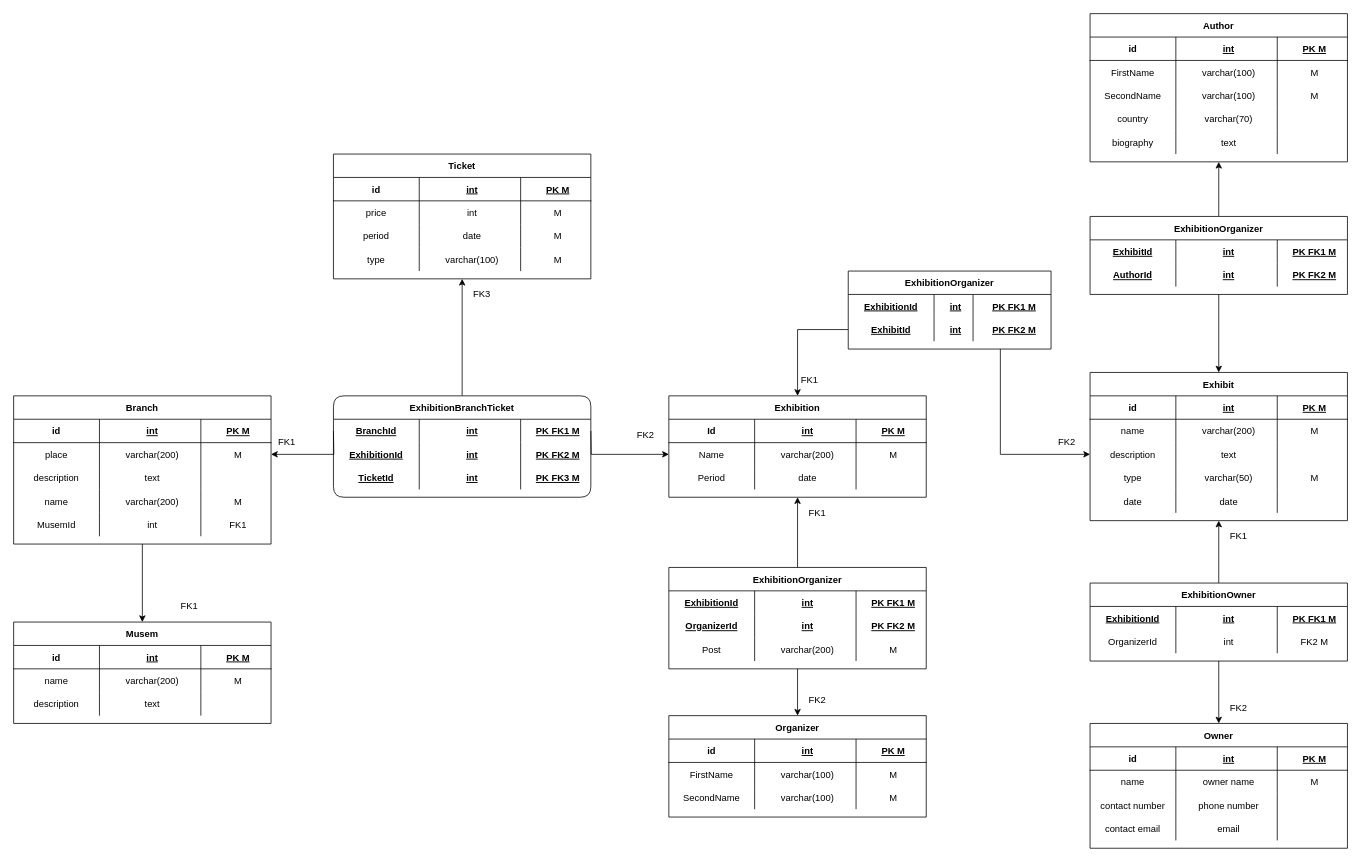
This is Musem PDM.drawio from sergalb/db-musem-project, a draw.io file, before an edit. Source tidied: cells renumbered, new cells numbered last; positions are measured from the earlier drawing's top-left corner, leaving out a move shared by most shapes. Both pictures are drawn from the tidied source at 78%, with x=0, y=0 at pixel (13, 13).
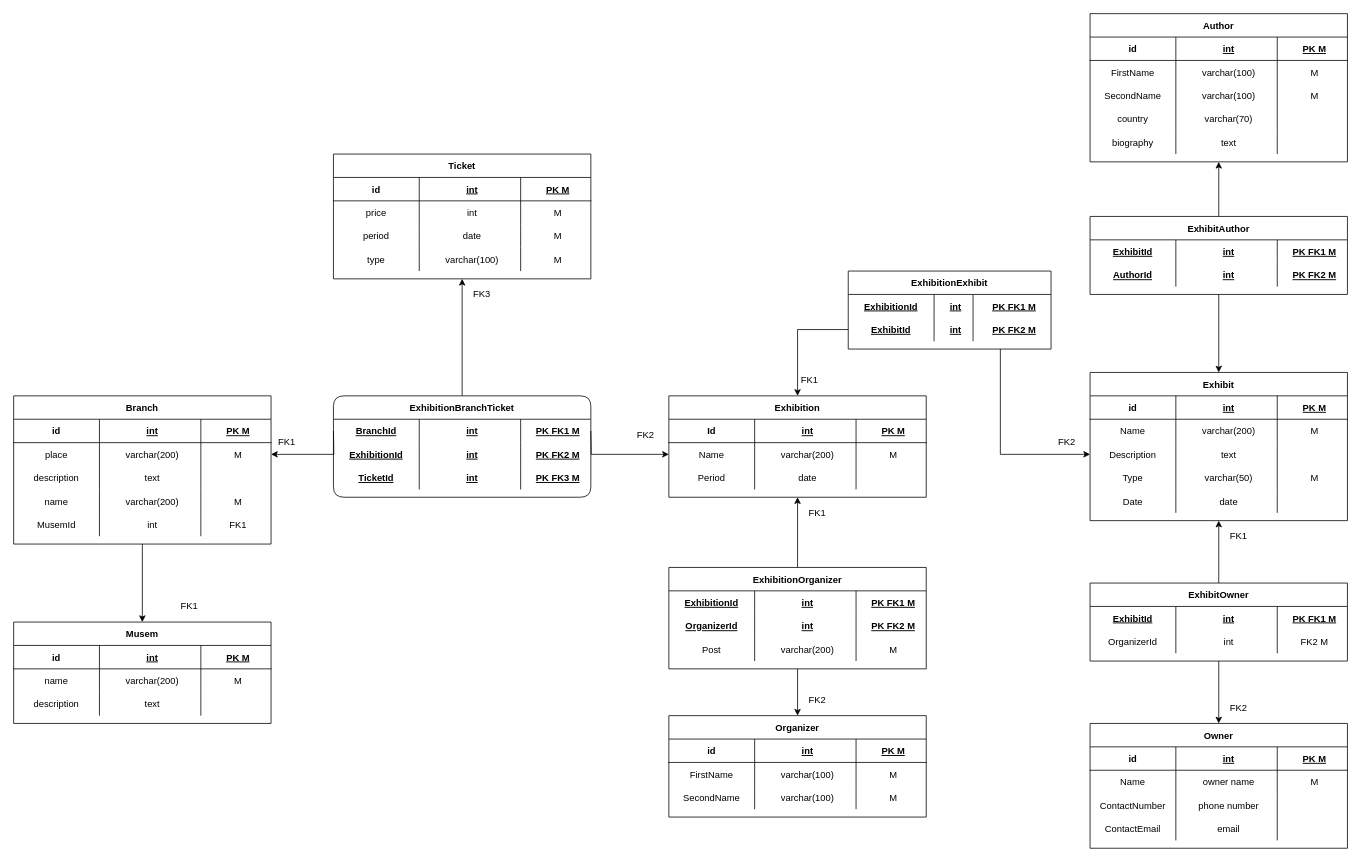
The same diagram, later.

The change refers to these unchanged cells:
```xml
<mxCell id="44" style="shape=partialRectangle;fillColor=none;top=0;left=0;bottom=0;right=0;align=center;" parent="39" vertex="1">
  <mxGeometry y="60" width="330" height="30" as="geometry" />
</mxCell>
<mxCell id="48" style="shape=partialRectangle;fillColor=none;top=0;left=0;bottom=0;right=0;points=[[0,0.5],[1,0.5]];portConstraint=eastwest;align=center;" parent="39" vertex="1">
  <mxGeometry y="90" width="330" height="30" as="geometry" />
</mxCell>
<mxCell id="52" style="shape=partialRectangle;fillColor=none;top=0;left=0;bottom=0;right=0;align=center;" parent="39" vertex="1">
  <mxGeometry y="120" width="330" height="30" as="geometry" />
</mxCell>
<mxCell id="56" style="shape=partialRectangle;fillColor=none;top=0;left=0;bottom=0;right=0;align=center;" parent="39" vertex="1">
  <mxGeometry y="150" width="330" height="30" as="geometry" />
</mxCell>
<mxCell id="190" style="shape=partialRectangle;fillColor=none;top=0;left=0;bottom=0;right=0;align=center;" parent="185" vertex="1">
  <mxGeometry y="60" width="330" height="30" as="geometry" />
</mxCell>
<mxCell id="194" style="shape=partialRectangle;fillColor=none;top=0;left=0;bottom=0;right=0;align=center;" parent="185" vertex="1">
  <mxGeometry y="90" width="330" height="30" as="geometry" />
</mxCell>
<mxCell id="198" style="shape=partialRectangle;fillColor=none;top=0;left=0;bottom=0;right=0;align=center;" parent="185" vertex="1">
  <mxGeometry y="120" width="330" height="30" as="geometry" />
</mxCell>
<mxCell id="203" style="shape=partialRectangle;fillColor=none;top=0;left=0;bottom=0;right=0;align=center;fontStyle=5;" parent="202" vertex="1">
  <mxGeometry y="30" width="330" height="30" as="geometry" />
</mxCell>
```

Diff of the diagram source:
```diff
@@
-    <mxCell id="45" value="name" style="shape=partialRectangle;fillColor=none;top=0;left=0;bottom=0;right=0;overflow=hidden;align=center;" parent="44" vertex="1">
+    <mxCell id="45" value="Name" style="shape=partialRectangle;fillColor=none;top=0;left=0;bottom=0;right=0;overflow=hidden;align=center;" parent="44" vertex="1">
       <mxGeometry width="110" height="30" as="geometry" />
     </mxCell>
@@
-    <mxCell id="49" value="description" style="shape=partialRectangle;fillColor=none;top=0;left=0;bottom=0;right=0;overflow=hidden;align=center;" parent="48" vertex="1">
+    <mxCell id="49" value="Description" style="shape=partialRectangle;fillColor=none;top=0;left=0;bottom=0;right=0;overflow=hidden;align=center;" parent="48" vertex="1">
       <mxGeometry width="110" height="30" as="geometry" />
     </mxCell>
@@
-    <mxCell id="53" value="type" style="shape=partialRectangle;fillColor=none;top=0;left=0;bottom=0;right=0;overflow=hidden;align=center;" parent="52" vertex="1">
+    <mxCell id="53" value="Type" style="shape=partialRectangle;fillColor=none;top=0;left=0;bottom=0;right=0;overflow=hidden;align=center;" parent="52" vertex="1">
       <mxGeometry width="110" height="30" as="geometry" />
     </mxCell>
@@
-    <mxCell id="57" value="date" style="shape=partialRectangle;fillColor=none;top=0;left=0;bottom=0;right=0;overflow=hidden;align=center;" parent="56" vertex="1">
+    <mxCell id="57" value="Date" style="shape=partialRectangle;fillColor=none;top=0;left=0;bottom=0;right=0;overflow=hidden;align=center;" parent="56" vertex="1">
       <mxGeometry width="110" height="30" as="geometry" />
     </mxCell>
@@
-    <mxCell id="160" value="ExhibitionOrganizer" style="shape=table;startSize=30;childLayout=tableLayout;rowLines=0;fontStyle=1;align=center;" parent="1" vertex="1">
+    <mxCell id="160" value="ExhibitAuthor" style="shape=table;startSize=30;childLayout=tableLayout;rowLines=0;fontStyle=1;align=center;" parent="1" vertex="1">
       <mxGeometry x="1380" y="260" width="330" height="100" as="geometry" />
     </mxCell>
@@
-    <mxCell id="169" value="ExhibitionOrganizer" style="shape=table;startSize=30;childLayout=tableLayout;rowLines=0;fontStyle=1;align=center;" parent="1" vertex="1">
+    <mxCell id="169" value="ExhibitionExhibit" style="shape=table;startSize=30;childLayout=tableLayout;rowLines=0;fontStyle=1;align=center;" parent="1" vertex="1">
       <mxGeometry x="1070" y="330" width="260" height="100" as="geometry" />
     </mxCell>
@@
-    <mxCell id="191" value="name" style="shape=partialRectangle;fillColor=none;top=0;left=0;bottom=0;right=0;overflow=hidden;align=center;" parent="190" vertex="1">
+    <mxCell id="191" value="Name" style="shape=partialRectangle;fillColor=none;top=0;left=0;bottom=0;right=0;overflow=hidden;align=center;" parent="190" vertex="1">
       <mxGeometry width="110" height="30" as="geometry" />
     </mxCell>
@@
-    <mxCell id="195" value="contact number" style="shape=partialRectangle;fillColor=none;top=0;left=0;bottom=0;right=0;overflow=hidden;align=center;" parent="194" vertex="1">
+    <mxCell id="195" value="ContactNumber" style="shape=partialRectangle;fillColor=none;top=0;left=0;bottom=0;right=0;overflow=hidden;align=center;" parent="194" vertex="1">
       <mxGeometry width="110" height="30" as="geometry" />
     </mxCell>
@@
-    <mxCell id="199" value="contact email" style="shape=partialRectangle;fillColor=none;top=0;left=0;bottom=0;right=0;overflow=hidden;align=center;" parent="198" vertex="1">
+    <mxCell id="199" value="ContactEmail" style="shape=partialRectangle;fillColor=none;top=0;left=0;bottom=0;right=0;overflow=hidden;align=center;" parent="198" vertex="1">
       <mxGeometry width="110" height="30" as="geometry" />
     </mxCell>
@@
-    <mxCell id="202" value="ExhibitionOwner" style="shape=table;startSize=30;childLayout=tableLayout;rowLines=0;fontStyle=1;align=center;" parent="1" vertex="1">
+    <mxCell id="202" value="ExhibitOwner" style="shape=table;startSize=30;childLayout=tableLayout;rowLines=0;fontStyle=1;align=center;" parent="1" vertex="1">
       <mxGeometry x="1380" y="730" width="330" height="100" as="geometry" />
     </mxCell>
@@
-    <mxCell id="204" value="ExhibitionId" style="shape=partialRectangle;fillColor=none;top=0;left=0;bottom=0;right=0;overflow=hidden;align=center;fontStyle=5;" parent="203" vertex="1">
+    <mxCell id="204" value="ExhibitId" style="shape=partialRectangle;fillColor=none;top=0;left=0;bottom=0;right=0;overflow=hidden;align=center;fontStyle=5;" parent="203" vertex="1">
       <mxGeometry width="110" height="30" as="geometry" />
     </mxCell>
```
